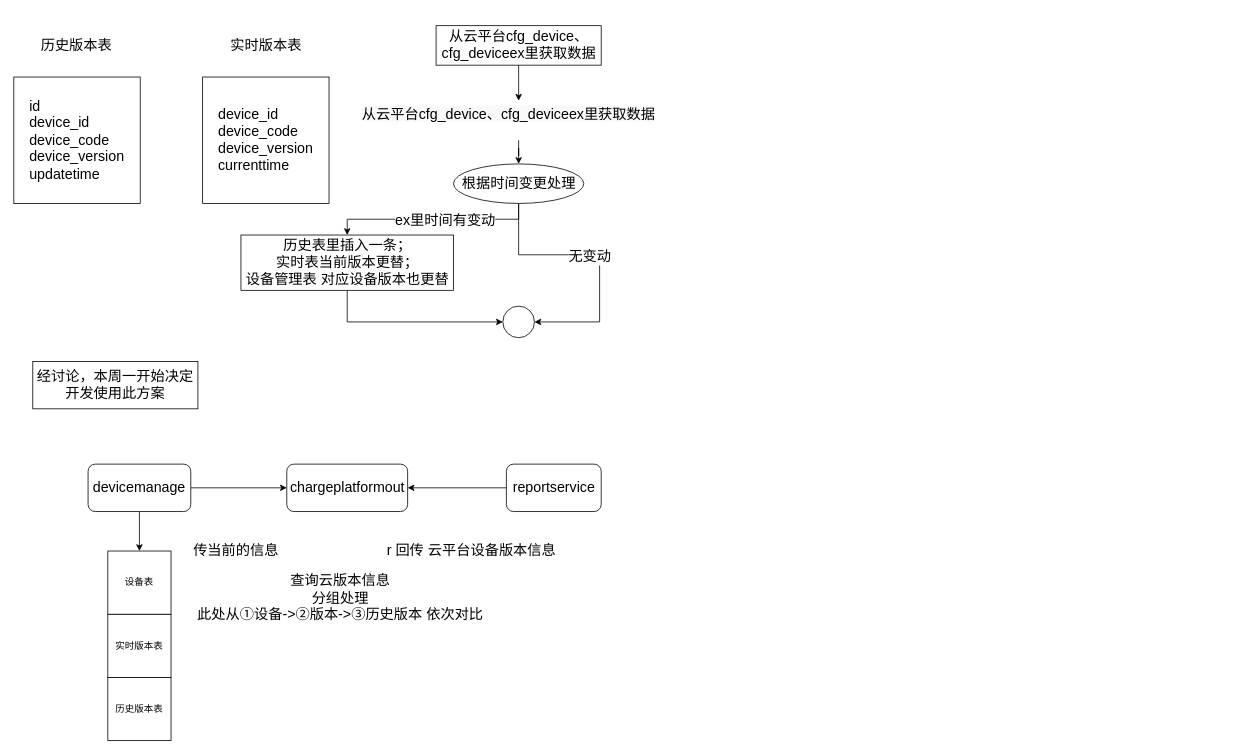
Earlier version of the draw.io diagram 2022.11/定时任务-保存版本.drawio (MxdGff/ImageStorge). Source tidied: cells renumbered, new cells numbered last; positions are measured from the earlier drawing's top-left corner, leaving out a move shared by most shapes. Both pictures are drawn from the tidied source at 79%, with x=0, y=0 at pixel (13, 25).
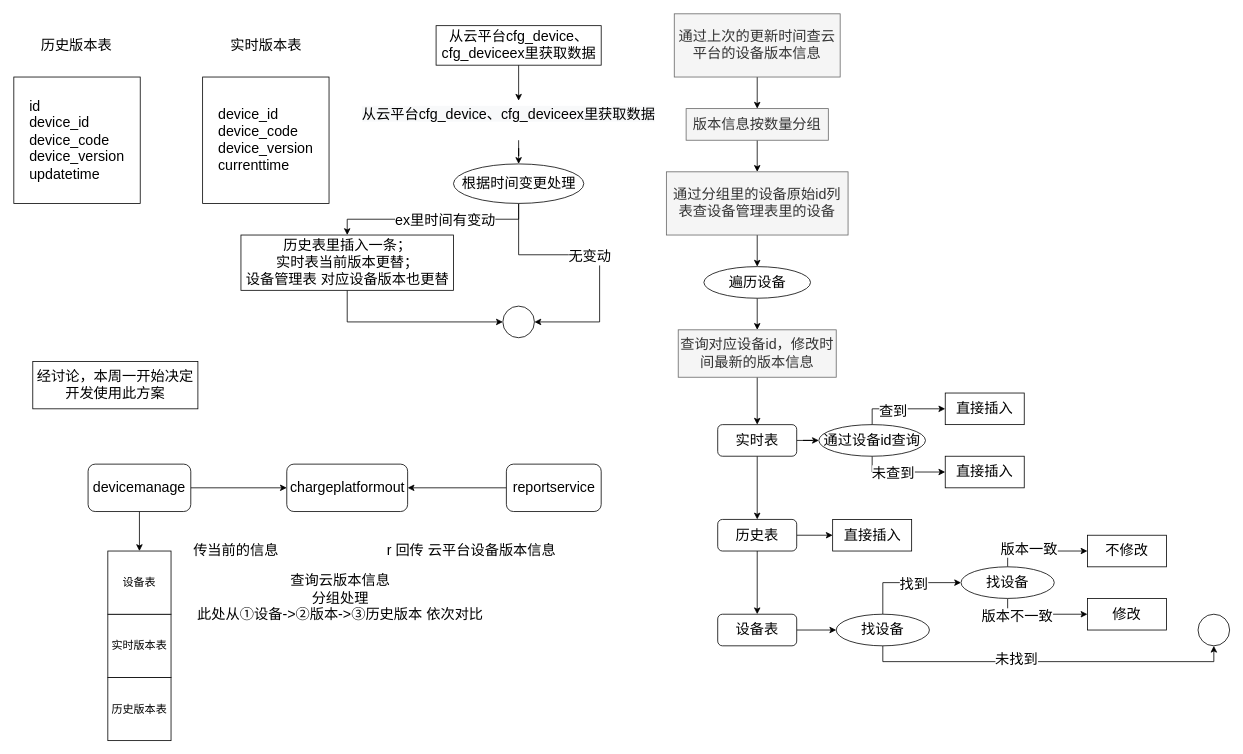
Above is the later version.

Commit message:
更新定时任务-保存版本.drawio

Diff of the diagram source:
```diff
@@
-    <mxCell id="19" value="历史版本表" style="whiteSpace=wrap;html=1;" parent="1" vertex="1">
+    <mxCell id="19" value="&lt;font style=&quot;font-size: 14px;&quot;&gt;历史版本表&lt;/font&gt;" style="whiteSpace=wrap;html=1;" parent="1" vertex="1">
       <mxGeometry x="119" y="825" width="80" height="80" as="geometry" />
     </mxCell>
-    <mxCell id="20" value="实时版本表" style="whiteSpace=wrap;html=1;" parent="1" vertex="1">
+    <mxCell id="20" value="&lt;font style=&quot;font-size: 14px;&quot;&gt;实时版本表&lt;/font&gt;" style="whiteSpace=wrap;html=1;" parent="1" vertex="1">
       <mxGeometry x="119" y="745" width="80" height="80" as="geometry" />
     </mxCell>
-    <mxCell id="21" value="设备表" style="whiteSpace=wrap;html=1;" parent="1" vertex="1">
+    <mxCell id="21" value="&lt;font style=&quot;font-size: 14px;&quot;&gt;设备表&lt;/font&gt;" style="whiteSpace=wrap;html=1;" parent="1" vertex="1">
       <mxGeometry x="119" y="665" width="80" height="80" as="geometry" />
     </mxCell>
@@
+    <mxCell id="31" style="edgeStyle=orthogonalEdgeStyle;rounded=0;jettySize=auto;html=1;exitX=0.5;exitY=1;exitDx=0;exitDy=0;entryX=0.5;entryY=0;entryDx=0;entryDy=0;fontSize=18;" parent="1" edge="1" source="32" target="34">
+      <mxGeometry relative="1" as="geometry" />
+    </mxCell>
+    <mxCell id="32" value="&lt;font style=&quot;font-size: 18px;&quot;&gt;通过上次的更新时间查云平台的设备版本信息&lt;/font&gt;" style="rounded=0;whiteSpace=wrap;html=1;fillColor=#f5f5f5;fontColor=#333333;strokeColor=#666666;" parent="1" vertex="1">
+      <mxGeometry x="836" y="-15" width="210" height="80" as="geometry" />
+    </mxCell>
+    <mxCell id="33" style="edgeStyle=orthogonalEdgeStyle;rounded=0;jettySize=auto;html=1;exitX=0.5;exitY=1;exitDx=0;exitDy=0;entryX=0.5;entryY=0;entryDx=0;entryDy=0;fontSize=18;" parent="1" edge="1" source="34" target="36">
+      <mxGeometry relative="1" as="geometry" />
+    </mxCell>
+    <mxCell id="34" value="&lt;font style=&quot;font-size: 18px;&quot;&gt;版本信息按数量分组&lt;/font&gt;" style="rounded=0;whiteSpace=wrap;html=1;fillColor=#f5f5f5;fontColor=#333333;strokeColor=#666666;" parent="1" vertex="1">
+      <mxGeometry x="851" y="105" width="180" height="40" as="geometry" />
+    </mxCell>
+    <mxCell id="35" style="edgeStyle=orthogonalEdgeStyle;rounded=0;jettySize=auto;html=1;exitX=0.5;exitY=1;exitDx=0;exitDy=0;entryX=0.5;entryY=0;entryDx=0;entryDy=0;fontSize=18;" parent="1" edge="1" source="36" target="38">
+      <mxGeometry relative="1" as="geometry" />
+    </mxCell>
+    <mxCell id="36" value="&lt;font style=&quot;font-size: 18px;&quot;&gt;通过分组里的设备原始id列表查设备管理表里的设备&lt;/font&gt;" style="rounded=0;whiteSpace=wrap;html=1;fillColor=#f5f5f5;fontColor=#333333;strokeColor=#666666;" parent="1" vertex="1">
+      <mxGeometry x="826" y="185" width="230" height="80" as="geometry" />
+    </mxCell>
+    <mxCell id="37" style="edgeStyle=orthogonalEdgeStyle;rounded=0;jettySize=auto;html=1;exitX=0.5;exitY=1;exitDx=0;exitDy=0;entryX=0.5;entryY=0;entryDx=0;entryDy=0;fontSize=18;" parent="1" edge="1" source="38" target="40">
+      <mxGeometry relative="1" as="geometry" />
+    </mxCell>
+    <mxCell id="38" value="&lt;font style=&quot;font-size: 18px;&quot;&gt;遍历设备&lt;/font&gt;" style="ellipse;whiteSpace=wrap;html=1;fontSize=18;" parent="1" vertex="1">
+      <mxGeometry x="873.5" y="305" width="135" height="40" as="geometry" />
+    </mxCell>
+    <mxCell id="39" style="edgeStyle=orthogonalEdgeStyle;rounded=0;jettySize=auto;html=1;exitX=0.5;exitY=1;exitDx=0;exitDy=0;entryX=0.5;entryY=0;entryDx=0;entryDy=0;fontSize=18;" parent="1" edge="1" source="40" target="43">
+      <mxGeometry relative="1" as="geometry" />
+    </mxCell>
+    <mxCell id="40" value="&lt;font style=&quot;font-size: 18px;&quot;&gt;查询对应设备id，修改时间最新的版本信息&lt;/font&gt;" style="rounded=0;whiteSpace=wrap;html=1;fillColor=#f5f5f5;fontColor=#333333;strokeColor=#666666;" parent="1" vertex="1">
+      <mxGeometry x="841" y="385" width="200" height="60" as="geometry" />
+    </mxCell>
+    <mxCell id="41" style="edgeStyle=orthogonalEdgeStyle;rounded=0;jettySize=auto;html=1;exitX=0.5;exitY=1;exitDx=0;exitDy=0;entryX=0.5;entryY=0;entryDx=0;entryDy=0;fontSize=18;" parent="1" edge="1" source="43" target="46">
+      <mxGeometry relative="1" as="geometry" />
+    </mxCell>
+    <mxCell id="42" style="edgeStyle=orthogonalEdgeStyle;rounded=0;jettySize=auto;html=1;fontSize=18;" parent="1" edge="1" source="43" target="53">
+      <mxGeometry relative="1" as="geometry" />
+    </mxCell>
+    <mxCell id="43" value="实时表" style="rounded=1;whiteSpace=wrap;html=1;fontSize=18;" parent="1" vertex="1">
+      <mxGeometry x="891" y="505" width="100" height="40" as="geometry" />
+    </mxCell>
+    <mxCell id="44" style="edgeStyle=orthogonalEdgeStyle;rounded=0;jettySize=auto;html=1;exitX=0.5;exitY=1;exitDx=0;exitDy=0;entryX=0.5;entryY=0;entryDx=0;entryDy=0;fontSize=18;" parent="1" edge="1" source="46" target="48">
+      <mxGeometry relative="1" as="geometry" />
+    </mxCell>
+    <mxCell id="45" style="edgeStyle=orthogonalEdgeStyle;rounded=0;jettySize=auto;html=1;fontSize=18;" parent="1" edge="1" source="46" target="54">
+      <mxGeometry relative="1" as="geometry" />
+    </mxCell>
+    <mxCell id="46" value="历史表" style="rounded=1;whiteSpace=wrap;html=1;fontSize=18;" parent="1" vertex="1">
+      <mxGeometry x="891" y="625" width="100" height="40" as="geometry" />
+    </mxCell>
+    <mxCell id="47" style="edgeStyle=orthogonalEdgeStyle;rounded=0;jettySize=auto;html=1;fontSize=18;" parent="1" edge="1" source="48" target="61">
+      <mxGeometry relative="1" as="geometry" />
+    </mxCell>
+    <mxCell id="48" value="设备表" style="rounded=1;whiteSpace=wrap;html=1;fontSize=18;" parent="1" vertex="1">
+      <mxGeometry x="891" y="745" width="100" height="40" as="geometry" />
+    </mxCell>
+    <mxCell id="49" style="edgeStyle=orthogonalEdgeStyle;rounded=0;jettySize=auto;html=1;exitX=0.5;exitY=0;exitDx=0;exitDy=0;entryX=0;entryY=0.5;entryDx=0;entryDy=0;fontSize=18;" parent="1" edge="1" source="53" target="56">
+      <mxGeometry relative="1" as="geometry" />
+    </mxCell>
+    <mxCell id="50" value="查到" style="edgeLabel;html=1;align=center;verticalAlign=middle;fontSize=18;" parent="49" vertex="1">
+      <mxGeometry x="-0.19" y="-3" relative="1" as="geometry" />
+    </mxCell>
+    <mxCell id="51" style="edgeStyle=orthogonalEdgeStyle;rounded=0;jettySize=auto;html=1;exitX=0.5;exitY=1;exitDx=0;exitDy=0;entryX=0;entryY=0.5;entryDx=0;entryDy=0;fontSize=18;" parent="1" edge="1" source="53" target="55">
+      <mxGeometry relative="1" as="geometry" />
+    </mxCell>
+    <mxCell id="52" value="未查到" style="edgeLabel;html=1;align=center;verticalAlign=middle;fontSize=18;" parent="51" vertex="1">
+      <mxGeometry x="-0.19" y="-1" relative="1" as="geometry" />
+    </mxCell>
+    <mxCell id="53" value="&lt;font style=&quot;font-size: 18px;&quot;&gt;通过设备id查询&lt;/font&gt;" style="ellipse;whiteSpace=wrap;html=1;fontSize=18;" parent="1" vertex="1">
+      <mxGeometry x="1019" y="505" width="135" height="40" as="geometry" />
+    </mxCell>
+    <mxCell id="54" value="&lt;font style=&quot;font-size: 18px;&quot;&gt;直接插入&lt;/font&gt;" style="rounded=0;whiteSpace=wrap;html=1;" parent="1" vertex="1">
+      <mxGeometry x="1036.5" y="625" width="100" height="40" as="geometry" />
+    </mxCell>
+    <mxCell id="55" value="&lt;font style=&quot;font-size: 18px;&quot;&gt;直接插入&lt;/font&gt;" style="rounded=0;whiteSpace=wrap;html=1;" parent="1" vertex="1">
+      <mxGeometry x="1179" y="545" width="100" height="40" as="geometry" />
+    </mxCell>
+    <mxCell id="56" value="&lt;font style=&quot;font-size: 18px;&quot;&gt;直接插入&lt;/font&gt;" style="rounded=0;whiteSpace=wrap;html=1;" parent="1" vertex="1">
+      <mxGeometry x="1179" y="465" width="100" height="40" as="geometry" />
+    </mxCell>
+    <mxCell id="57" style="edgeStyle=orthogonalEdgeStyle;rounded=0;jettySize=auto;html=1;exitX=0.5;exitY=1;exitDx=0;exitDy=0;entryX=0.5;entryY=1;entryDx=0;entryDy=0;fontSize=18;" parent="1" edge="1" source="61" target="67">
+      <mxGeometry relative="1" as="geometry" />
+    </mxCell>
+    <mxCell id="58" value="未找到" style="edgeLabel;html=1;align=center;verticalAlign=middle;fontSize=18;" parent="57" vertex="1">
+      <mxGeometry x="-0.18" y="4" relative="1" as="geometry" />
+    </mxCell>
+    <mxCell id="59" style="edgeStyle=orthogonalEdgeStyle;rounded=0;jettySize=auto;html=1;exitX=0.5;exitY=0;exitDx=0;exitDy=0;entryX=0;entryY=0.5;entryDx=0;entryDy=0;fontSize=18;" parent="1" edge="1" source="61" target="66">
+      <mxGeometry relative="1" as="geometry" />
+    </mxCell>
+    <mxCell id="60" value="找到" style="edgeLabel;html=1;align=center;verticalAlign=middle;fontSize=18;" parent="59" vertex="1">
+      <mxGeometry x="0.12" y="-2" relative="1" as="geometry" />
+    </mxCell>
+    <mxCell id="61" value="&lt;font style=&quot;font-size: 18px;&quot;&gt;找设备&lt;/font&gt;" style="ellipse;whiteSpace=wrap;html=1;fontSize=18;" parent="1" vertex="1">
+      <mxGeometry x="1041" y="745" width="118" height="40" as="geometry" />
+    </mxCell>
+    <mxCell id="62" style="edgeStyle=orthogonalEdgeStyle;rounded=0;jettySize=auto;html=1;exitX=0.5;exitY=0;exitDx=0;exitDy=0;entryX=0;entryY=0.5;entryDx=0;entryDy=0;fontSize=18;" parent="1" edge="1" source="66" target="68">
+      <mxGeometry relative="1" as="geometry" />
+    </mxCell>
+    <mxCell id="63" value="版本一致" style="edgeLabel;html=1;align=center;verticalAlign=middle;fontSize=18;" parent="62" vertex="1">
+      <mxGeometry x="-0.24" y="3" relative="1" as="geometry" />
+    </mxCell>
+    <mxCell id="64" style="edgeStyle=orthogonalEdgeStyle;rounded=0;jettySize=auto;html=1;exitX=0.5;exitY=1;exitDx=0;exitDy=0;entryX=0;entryY=0.5;entryDx=0;entryDy=0;fontSize=18;" parent="1" edge="1" source="66" target="69">
+      <mxGeometry relative="1" as="geometry" />
+    </mxCell>
+    <mxCell id="65" value="版本不一致" style="edgeLabel;html=1;align=center;verticalAlign=middle;fontSize=18;" parent="64" vertex="1">
+      <mxGeometry x="-0.49" y="-2" relative="1" as="geometry" />
+    </mxCell>
+    <mxCell id="66" value="&lt;font style=&quot;font-size: 18px;&quot;&gt;找设备&lt;/font&gt;" style="ellipse;whiteSpace=wrap;html=1;fontSize=18;" parent="1" vertex="1">
+      <mxGeometry x="1199" y="685" width="118" height="40" as="geometry" />
+    </mxCell>
+    <mxCell id="67" style="ellipse;whiteSpace=wrap;html=1;fontSize=18;" parent="1" vertex="1">
+      <mxGeometry x="1499" y="745" width="40" height="40" as="geometry" />
+    </mxCell>
+    <mxCell id="68" value="&lt;font style=&quot;font-size: 18px;&quot;&gt;不修改&lt;/font&gt;" style="rounded=0;whiteSpace=wrap;html=1;" parent="1" vertex="1">
+      <mxGeometry x="1359" y="645" width="100" height="40" as="geometry" />
+    </mxCell>
+    <mxCell id="69" value="&lt;span style=&quot;font-size: 18px;&quot;&gt;修改&lt;/span&gt;" style="rounded=0;whiteSpace=wrap;html=1;" parent="1" vertex="1">
+      <mxGeometry x="1359" y="725" width="100" height="40" as="geometry" />
+    </mxCell>
```
